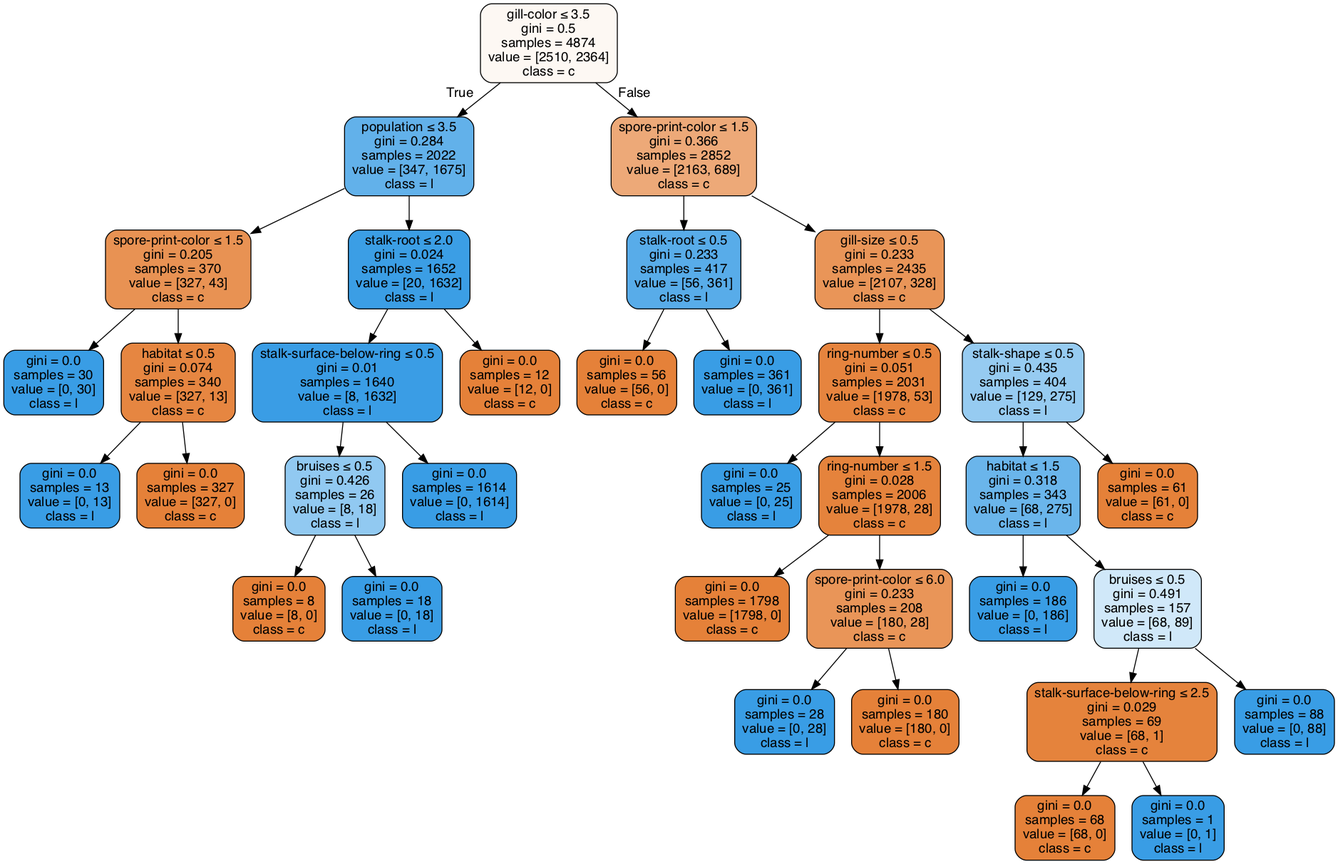
Earlier version of the Graphviz export Lab02/clf-60-40.gv.png (anhle199/Intro2AI-HCMUS). Its source is kept beside it as Lab02/clf-60-40.gv. Source of this version:
```dot
digraph Tree {
node [shape=box, style="filled, rounded", color="black", fontname=helvetica] ;
edge [fontname=helvetica] ;
0 [label=<gill-color &le; 3.5<br/>gini = 0.5<br/>samples = 4874<br/>value = [2510, 2364]<br/>class = c>, fillcolor="#fdf8f3"] ;
1 [label=<population &le; 3.5<br/>gini = 0.284<br/>samples = 2022<br/>value = [347, 1675]<br/>class = l>, fillcolor="#62b1ea"] ;
0 -> 1 [labeldistance=2.5, labelangle=45, headlabel="True"] ;
2 [label=<spore-print-color &le; 1.5<br/>gini = 0.205<br/>samples = 370<br/>value = [327, 43]<br/>class = c>, fillcolor="#e89253"] ;
1 -> 2 ;
3 [label=<gini = 0.0<br/>samples = 30<br/>value = [0, 30]<br/>class = l>, fillcolor="#399de5"] ;
2 -> 3 ;
4 [label=<habitat &le; 0.5<br/>gini = 0.074<br/>samples = 340<br/>value = [327, 13]<br/>class = c>, fillcolor="#e68641"] ;
2 -> 4 ;
5 [label=<gini = 0.0<br/>samples = 13<br/>value = [0, 13]<br/>class = l>, fillcolor="#399de5"] ;
4 -> 5 ;
6 [label=<gini = 0.0<br/>samples = 327<br/>value = [327, 0]<br/>class = c>, fillcolor="#e58139"] ;
4 -> 6 ;
7 [label=<stalk-root &le; 2.0<br/>gini = 0.024<br/>samples = 1652<br/>value = [20, 1632]<br/>class = l>, fillcolor="#3b9ee5"] ;
1 -> 7 ;
8 [label=<stalk-surface-below-ring &le; 0.5<br/>gini = 0.01<br/>samples = 1640<br/>value = [8, 1632]<br/>class = l>, fillcolor="#3a9de5"] ;
7 -> 8 ;
9 [label=<bruises &le; 0.5<br/>gini = 0.426<br/>samples = 26<br/>value = [8, 18]<br/>class = l>, fillcolor="#91c9f1"] ;
8 -> 9 ;
10 [label=<gini = 0.0<br/>samples = 8<br/>value = [8, 0]<br/>class = c>, fillcolor="#e58139"] ;
9 -> 10 ;
11 [label=<gini = 0.0<br/>samples = 18<br/>value = [0, 18]<br/>class = l>, fillcolor="#399de5"] ;
9 -> 11 ;
12 [label=<gini = 0.0<br/>samples = 1614<br/>value = [0, 1614]<br/>class = l>, fillcolor="#399de5"] ;
8 -> 12 ;
13 [label=<gini = 0.0<br/>samples = 12<br/>value = [12, 0]<br/>class = c>, fillcolor="#e58139"] ;
7 -> 13 ;
14 [label=<spore-print-color &le; 1.5<br/>gini = 0.366<br/>samples = 2852<br/>value = [2163, 689]<br/>class = c>, fillcolor="#eda978"] ;
0 -> 14 [labeldistance=2.5, labelangle=-45, headlabel="False"] ;
15 [label=<stalk-root &le; 0.5<br/>gini = 0.233<br/>samples = 417<br/>value = [56, 361]<br/>class = l>, fillcolor="#58ace9"] ;
14 -> 15 ;
16 [label=<gini = 0.0<br/>samples = 56<br/>value = [56, 0]<br/>class = c>, fillcolor="#e58139"] ;
15 -> 16 ;
17 [label=<gini = 0.0<br/>samples = 361<br/>value = [0, 361]<br/>class = l>, fillcolor="#399de5"] ;
15 -> 17 ;
18 [label=<gill-size &le; 0.5<br/>gini = 0.233<br/>samples = 2435<br/>value = [2107, 328]<br/>class = c>, fillcolor="#e99558"] ;
14 -> 18 ;
19 [label=<ring-number &le; 0.5<br/>gini = 0.051<br/>samples = 2031<br/>value = [1978, 53]<br/>class = c>, fillcolor="#e6843e"] ;
18 -> 19 ;
20 [label=<gini = 0.0<br/>samples = 25<br/>value = [0, 25]<br/>class = l>, fillcolor="#399de5"] ;
19 -> 20 ;
21 [label=<ring-number &le; 1.5<br/>gini = 0.028<br/>samples = 2006<br/>value = [1978, 28]<br/>class = c>, fillcolor="#e5833c"] ;
19 -> 21 ;
22 [label=<gini = 0.0<br/>samples = 1798<br/>value = [1798, 0]<br/>class = c>, fillcolor="#e58139"] ;
21 -> 22 ;
23 [label=<spore-print-color &le; 6.0<br/>gini = 0.233<br/>samples = 208<br/>value = [180, 28]<br/>class = c>, fillcolor="#e99558"] ;
21 -> 23 ;
24 [label=<gini = 0.0<br/>samples = 28<br/>value = [0, 28]<br/>class = l>, fillcolor="#399de5"] ;
23 -> 24 ;
25 [label=<gini = 0.0<br/>samples = 180<br/>value = [180, 0]<br/>class = c>, fillcolor="#e58139"] ;
23 -> 25 ;
26 [label=<stalk-shape &le; 0.5<br/>gini = 0.435<br/>samples = 404<br/>value = [129, 275]<br/>class = l>, fillcolor="#96cbf1"] ;
18 -> 26 ;
27 [label=<habitat &le; 1.5<br/>gini = 0.318<br/>samples = 343<br/>value = [68, 275]<br/>class = l>, fillcolor="#6ab5eb"] ;
26 -> 27 ;
28 [label=<gini = 0.0<br/>samples = 186<br/>value = [0, 186]<br/>class = l>, fillcolor="#399de5"] ;
27 -> 28 ;
29 [label=<bruises &le; 0.5<br/>gini = 0.491<br/>samples = 157<br/>value = [68, 89]<br/>class = l>, fillcolor="#d0e8f9"] ;
27 -> 29 ;
30 [label=<stalk-surface-below-ring &le; 2.5<br/>gini = 0.029<br/>samples = 69<br/>value = [68, 1]<br/>class = c>, fillcolor="#e5833c"] ;
29 -> 30 ;
31 [label=<gini = 0.0<br/>samples = 68<br/>value = [68, 0]<br/>class = c>, fillcolor="#e58139"] ;
30 -> 31 ;
32 [label=<gini = 0.0<br/>samples = 1<br/>value = [0, 1]<br/>class = l>, fillcolor="#399de5"] ;
30 -> 32 ;
33 [label=<gini = 0.0<br/>samples = 88<br/>value = [0, 88]<br/>class = l>, fillcolor="#399de5"] ;
29 -> 33 ;
34 [label=<gini = 0.0<br/>samples = 61<br/>value = [61, 0]<br/>class = c>, fillcolor="#e58139"] ;
26 -> 34 ;
}
```
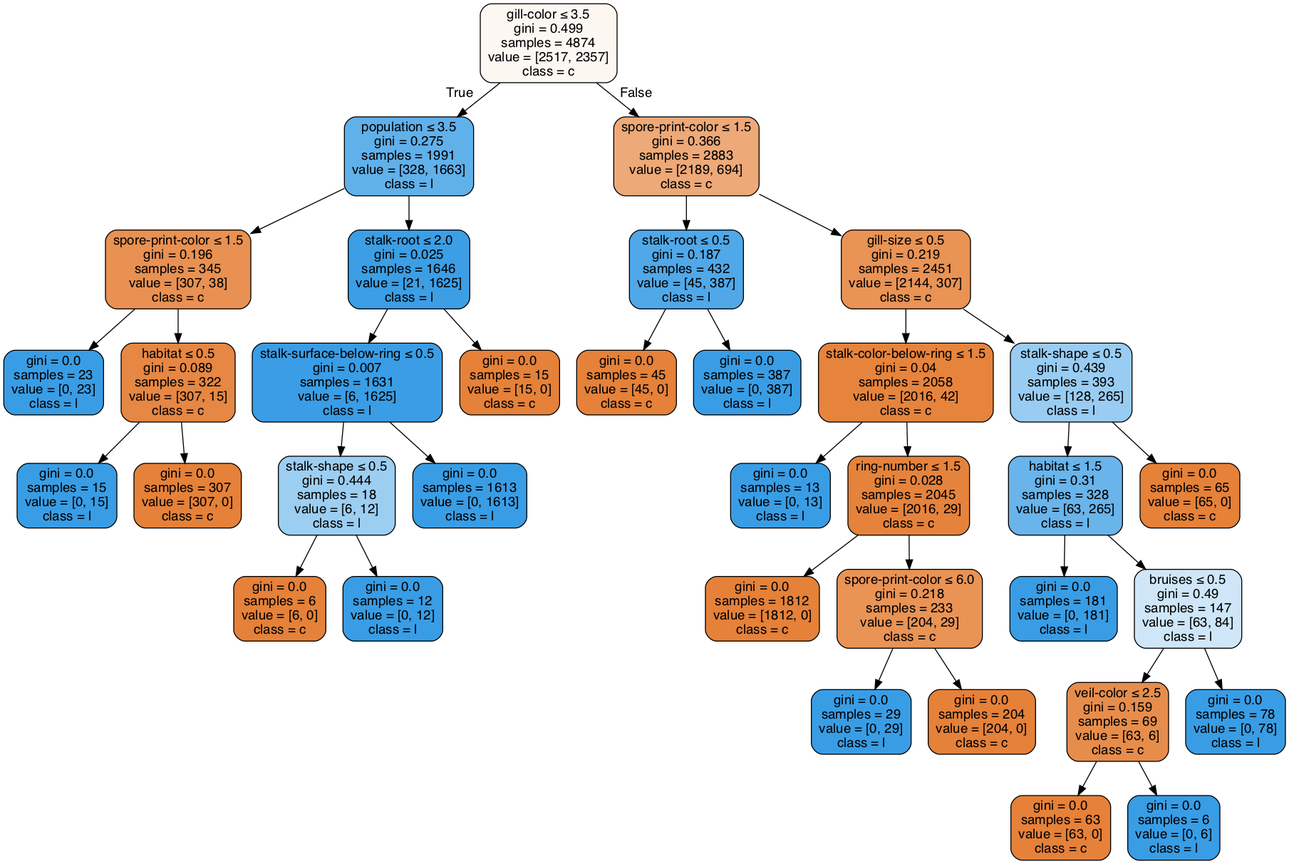
Above is the later version.

Change to the diagram source:
```diff
@@ -1,73 +1,73 @@
 digraph Tree {
 node [shape=box, style="filled, rounded", color="black", fontname=helvetica] ;
 edge [fontname=helvetica] ;
-0 [label=<gill-color &le; 3.5<br/>gini = 0.5<br/>samples = 4874<br/>value = [2510, 2364]<br/>class = c>, fillcolor="#fdf8f3"] ;
-1 [label=<population &le; 3.5<br/>gini = 0.284<br/>samples = 2022<br/>value = [347, 1675]<br/>class = l>, fillcolor="#62b1ea"] ;
+0 [label=<gill-color &le; 3.5<br/>gini = 0.499<br/>samples = 4874<br/>value = [2517, 2357]<br/>class = c>, fillcolor="#fdf7f2"] ;
+1 [label=<population &le; 3.5<br/>gini = 0.275<br/>samples = 1991<br/>value = [328, 1663]<br/>class = l>, fillcolor="#60b0ea"] ;
 0 -> 1 [labeldistance=2.5, labelangle=45, headlabel="True"] ;
-2 [label=<spore-print-color &le; 1.5<br/>gini = 0.205<br/>samples = 370<br/>value = [327, 43]<br/>class = c>, fillcolor="#e89253"] ;
+2 [label=<spore-print-color &le; 1.5<br/>gini = 0.196<br/>samples = 345<br/>value = [307, 38]<br/>class = c>, fillcolor="#e89152"] ;
 1 -> 2 ;
-3 [label=<gini = 0.0<br/>samples = 30<br/>value = [0, 30]<br/>class = l>, fillcolor="#399de5"] ;
+3 [label=<gini = 0.0<br/>samples = 23<br/>value = [0, 23]<br/>class = l>, fillcolor="#399de5"] ;
 2 -> 3 ;
-4 [label=<habitat &le; 0.5<br/>gini = 0.074<br/>samples = 340<br/>value = [327, 13]<br/>class = c>, fillcolor="#e68641"] ;
+4 [label=<habitat &le; 0.5<br/>gini = 0.089<br/>samples = 322<br/>value = [307, 15]<br/>class = c>, fillcolor="#e68743"] ;
 2 -> 4 ;
-5 [label=<gini = 0.0<br/>samples = 13<br/>value = [0, 13]<br/>class = l>, fillcolor="#399de5"] ;
+5 [label=<gini = 0.0<br/>samples = 15<br/>value = [0, 15]<br/>class = l>, fillcolor="#399de5"] ;
 4 -> 5 ;
-6 [label=<gini = 0.0<br/>samples = 327<br/>value = [327, 0]<br/>class = c>, fillcolor="#e58139"] ;
+6 [label=<gini = 0.0<br/>samples = 307<br/>value = [307, 0]<br/>class = c>, fillcolor="#e58139"] ;
 4 -> 6 ;
-7 [label=<stalk-root &le; 2.0<br/>gini = 0.024<br/>samples = 1652<br/>value = [20, 1632]<br/>class = l>, fillcolor="#3b9ee5"] ;
+7 [label=<stalk-root &le; 2.0<br/>gini = 0.025<br/>samples = 1646<br/>value = [21, 1625]<br/>class = l>, fillcolor="#3c9ee5"] ;
 1 -> 7 ;
-8 [label=<stalk-surface-below-ring &le; 0.5<br/>gini = 0.01<br/>samples = 1640<br/>value = [8, 1632]<br/>class = l>, fillcolor="#3a9de5"] ;
+8 [label=<stalk-surface-below-ring &le; 0.5<br/>gini = 0.007<br/>samples = 1631<br/>value = [6, 1625]<br/>class = l>, fillcolor="#3a9de5"] ;
 7 -> 8 ;
-9 [label=<bruises &le; 0.5<br/>gini = 0.426<br/>samples = 26<br/>value = [8, 18]<br/>class = l>, fillcolor="#91c9f1"] ;
+9 [label=<stalk-shape &le; 0.5<br/>gini = 0.444<br/>samples = 18<br/>value = [6, 12]<br/>class = l>, fillcolor="#9ccef2"] ;
 8 -> 9 ;
-10 [label=<gini = 0.0<br/>samples = 8<br/>value = [8, 0]<br/>class = c>, fillcolor="#e58139"] ;
+10 [label=<gini = 0.0<br/>samples = 6<br/>value = [6, 0]<br/>class = c>, fillcolor="#e58139"] ;
 9 -> 10 ;
-11 [label=<gini = 0.0<br/>samples = 18<br/>value = [0, 18]<br/>class = l>, fillcolor="#399de5"] ;
+11 [label=<gini = 0.0<br/>samples = 12<br/>value = [0, 12]<br/>class = l>, fillcolor="#399de5"] ;
 9 -> 11 ;
-12 [label=<gini = 0.0<br/>samples = 1614<br/>value = [0, 1614]<br/>class = l>, fillcolor="#399de5"] ;
+12 [label=<gini = 0.0<br/>samples = 1613<br/>value = [0, 1613]<br/>class = l>, fillcolor="#399de5"] ;
 8 -> 12 ;
-13 [label=<gini = 0.0<br/>samples = 12<br/>value = [12, 0]<br/>class = c>, fillcolor="#e58139"] ;
+13 [label=<gini = 0.0<br/>samples = 15<br/>value = [15, 0]<br/>class = c>, fillcolor="#e58139"] ;
 7 -> 13 ;
-14 [label=<spore-print-color &le; 1.5<br/>gini = 0.366<br/>samples = 2852<br/>value = [2163, 689]<br/>class = c>, fillcolor="#eda978"] ;
+14 [label=<spore-print-color &le; 1.5<br/>gini = 0.366<br/>samples = 2883<br/>value = [2189, 694]<br/>class = c>, fillcolor="#eda978"] ;
 0 -> 14 [labeldistance=2.5, labelangle=-45, headlabel="False"] ;
-15 [label=<stalk-root &le; 0.5<br/>gini = 0.233<br/>samples = 417<br/>value = [56, 361]<br/>class = l>, fillcolor="#58ace9"] ;
+15 [label=<stalk-root &le; 0.5<br/>gini = 0.187<br/>samples = 432<br/>value = [45, 387]<br/>class = l>, fillcolor="#50a8e8"] ;
 14 -> 15 ;
-16 [label=<gini = 0.0<br/>samples = 56<br/>value = [56, 0]<br/>class = c>, fillcolor="#e58139"] ;
+16 [label=<gini = 0.0<br/>samples = 45<br/>value = [45, 0]<br/>class = c>, fillcolor="#e58139"] ;
 15 -> 16 ;
-17 [label=<gini = 0.0<br/>samples = 361<br/>value = [0, 361]<br/>class = l>, fillcolor="#399de5"] ;
+17 [label=<gini = 0.0<br/>samples = 387<br/>value = [0, 387]<br/>class = l>, fillcolor="#399de5"] ;
 15 -> 17 ;
-18 [label=<gill-size &le; 0.5<br/>gini = 0.233<br/>samples = 2435<br/>value = [2107, 328]<br/>class = c>, fillcolor="#e99558"] ;
+18 [label=<gill-size &le; 0.5<br/>gini = 0.219<br/>samples = 2451<br/>value = [2144, 307]<br/>class = c>, fillcolor="#e99355"] ;
 14 -> 18 ;
-19 [label=<ring-number &le; 0.5<br/>gini = 0.051<br/>samples = 2031<br/>value = [1978, 53]<br/>class = c>, fillcolor="#e6843e"] ;
+19 [label=<stalk-color-below-ring &le; 1.5<br/>gini = 0.04<br/>samples = 2058<br/>value = [2016, 42]<br/>class = c>, fillcolor="#e6843d"] ;
 18 -> 19 ;
-20 [label=<gini = 0.0<br/>samples = 25<br/>value = [0, 25]<br/>class = l>, fillcolor="#399de5"] ;
+20 [label=<gini = 0.0<br/>samples = 13<br/>value = [0, 13]<br/>class = l>, fillcolor="#399de5"] ;
 19 -> 20 ;
-21 [label=<ring-number &le; 1.5<br/>gini = 0.028<br/>samples = 2006<br/>value = [1978, 28]<br/>class = c>, fillcolor="#e5833c"] ;
+21 [label=<ring-number &le; 1.5<br/>gini = 0.028<br/>samples = 2045<br/>value = [2016, 29]<br/>class = c>, fillcolor="#e5833c"] ;
 19 -> 21 ;
-22 [label=<gini = 0.0<br/>samples = 1798<br/>value = [1798, 0]<br/>class = c>, fillcolor="#e58139"] ;
+22 [label=<gini = 0.0<br/>samples = 1812<br/>value = [1812, 0]<br/>class = c>, fillcolor="#e58139"] ;
 21 -> 22 ;
-23 [label=<spore-print-color &le; 6.0<br/>gini = 0.233<br/>samples = 208<br/>value = [180, 28]<br/>class = c>, fillcolor="#e99558"] ;
+23 [label=<spore-print-color &le; 6.0<br/>gini = 0.218<br/>samples = 233<br/>value = [204, 29]<br/>class = c>, fillcolor="#e99355"] ;
 21 -> 23 ;
-24 [label=<gini = 0.0<br/>samples = 28<br/>value = [0, 28]<br/>class = l>, fillcolor="#399de5"] ;
+24 [label=<gini = 0.0<br/>samples = 29<br/>value = [0, 29]<br/>class = l>, fillcolor="#399de5"] ;
 23 -> 24 ;
-25 [label=<gini = 0.0<br/>samples = 180<br/>value = [180, 0]<br/>class = c>, fillcolor="#e58139"] ;
+25 [label=<gini = 0.0<br/>samples = 204<br/>value = [204, 0]<br/>class = c>, fillcolor="#e58139"] ;
 23 -> 25 ;
-26 [label=<stalk-shape &le; 0.5<br/>gini = 0.435<br/>samples = 404<br/>value = [129, 275]<br/>class = l>, fillcolor="#96cbf1"] ;
+26 [label=<stalk-shape &le; 0.5<br/>gini = 0.439<br/>samples = 393<br/>value = [128, 265]<br/>class = l>, fillcolor="#99ccf2"] ;
 18 -> 26 ;
-27 [label=<habitat &le; 1.5<br/>gini = 0.318<br/>samples = 343<br/>value = [68, 275]<br/>class = l>, fillcolor="#6ab5eb"] ;
+27 [label=<habitat &le; 1.5<br/>gini = 0.31<br/>samples = 328<br/>value = [63, 265]<br/>class = l>, fillcolor="#68b4eb"] ;
 26 -> 27 ;
-28 [label=<gini = 0.0<br/>samples = 186<br/>value = [0, 186]<br/>class = l>, fillcolor="#399de5"] ;
+28 [label=<gini = 0.0<br/>samples = 181<br/>value = [0, 181]<br/>class = l>, fillcolor="#399de5"] ;
 27 -> 28 ;
-29 [label=<bruises &le; 0.5<br/>gini = 0.491<br/>samples = 157<br/>value = [68, 89]<br/>class = l>, fillcolor="#d0e8f9"] ;
+29 [label=<bruises &le; 0.5<br/>gini = 0.49<br/>samples = 147<br/>value = [63, 84]<br/>class = l>, fillcolor="#cee6f8"] ;
 27 -> 29 ;
-30 [label=<stalk-surface-below-ring &le; 2.5<br/>gini = 0.029<br/>samples = 69<br/>value = [68, 1]<br/>class = c>, fillcolor="#e5833c"] ;
+30 [label=<veil-color &le; 2.5<br/>gini = 0.159<br/>samples = 69<br/>value = [63, 6]<br/>class = c>, fillcolor="#e78d4c"] ;
 29 -> 30 ;
-31 [label=<gini = 0.0<br/>samples = 68<br/>value = [68, 0]<br/>class = c>, fillcolor="#e58139"] ;
+31 [label=<gini = 0.0<br/>samples = 63<br/>value = [63, 0]<br/>class = c>, fillcolor="#e58139"] ;
 30 -> 31 ;
-32 [label=<gini = 0.0<br/>samples = 1<br/>value = [0, 1]<br/>class = l>, fillcolor="#399de5"] ;
+32 [label=<gini = 0.0<br/>samples = 6<br/>value = [0, 6]<br/>class = l>, fillcolor="#399de5"] ;
 30 -> 32 ;
-33 [label=<gini = 0.0<br/>samples = 88<br/>value = [0, 88]<br/>class = l>, fillcolor="#399de5"] ;
+33 [label=<gini = 0.0<br/>samples = 78<br/>value = [0, 78]<br/>class = l>, fillcolor="#399de5"] ;
 29 -> 33 ;
-34 [label=<gini = 0.0<br/>samples = 61<br/>value = [61, 0]<br/>class = c>, fillcolor="#e58139"] ;
+34 [label=<gini = 0.0<br/>samples = 65<br/>value = [65, 0]<br/>class = c>, fillcolor="#e58139"] ;
 26 -> 34 ;
 }
```
